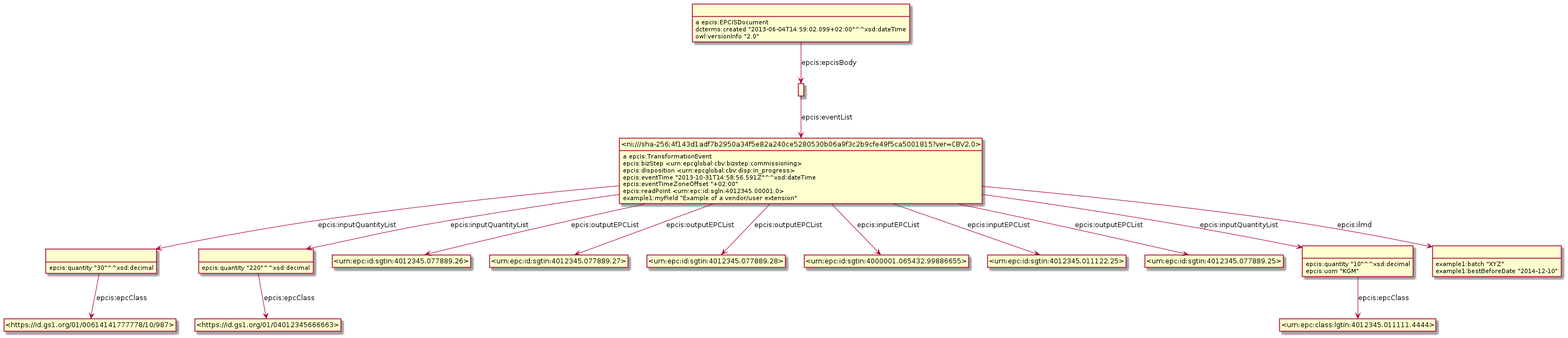
Above: Diagrams/WithDigitalLinkID/Example_9.6.4-TransformationEventWithDigitalLink.png in gs1/EPCIS (PlantUML), before the change. Source of this version:
```plantuml
@startuml
hide empty methods
hide empty attributes
hide circle
skinparam classAttributeIconSize 0
class _r1623307962r3_ as " "
class _https_id_gs1_org_01_00614141777778_10_987_ as "<https://id.gs1.org/01/00614141777778/10/987>"
_r1623307962r3_ -down-> _https_id_gs1_org_01_00614141777778_10_987_ : epcis:epcClass
_r1623307962r3_ : epcis:quantity "30"^^xsd:decimal
class _r1623307962r5_ as " "
class _https_id_gs1_org_01_04012345666663_ as "<https://id.gs1.org/01/04012345666663>"
_r1623307962r5_ -down-> _https_id_gs1_org_01_04012345666663_ : epcis:epcClass
_r1623307962r5_ : epcis:quantity "220"^^xsd:decimal
class _ni_sha_256_4f143d1adf7b2950a34f5e82a240ce5280530b06a9f3c2b9cfe49f5ca5001815_ver_CBV2_0_ as "<ni:///sha-256;4f143d1adf7b2950a34f5e82a240ce5280530b06a9f3c2b9cfe49f5ca5001815?ver=CBV2.0>"
_ni_sha_256_4f143d1adf7b2950a34f5e82a240ce5280530b06a9f3c2b9cfe49f5ca5001815_ver_CBV2_0_ : a epcis:TransformationEvent
class _urn_epc_id_sgtin_4012345_077889_26_ as "<urn:epc:id:sgtin:4012345.077889.26>"
_ni_sha_256_4f143d1adf7b2950a34f5e82a240ce5280530b06a9f3c2b9cfe49f5ca5001815_ver_CBV2_0_ -down-> _urn_epc_id_sgtin_4012345_077889_26_ : epcis:outputEPCList
class _urn_epc_id_sgtin_4012345_077889_27_ as "<urn:epc:id:sgtin:4012345.077889.27>"
_ni_sha_256_4f143d1adf7b2950a34f5e82a240ce5280530b06a9f3c2b9cfe49f5ca5001815_ver_CBV2_0_ -down-> _urn_epc_id_sgtin_4012345_077889_27_ : epcis:outputEPCList
class _urn_epc_id_sgtin_4012345_077889_28_ as "<urn:epc:id:sgtin:4012345.077889.28>"
_ni_sha_256_4f143d1adf7b2950a34f5e82a240ce5280530b06a9f3c2b9cfe49f5ca5001815_ver_CBV2_0_ -down-> _urn_epc_id_sgtin_4012345_077889_28_ : epcis:outputEPCList
class _urn_epc_id_sgtin_4000001_065432_99886655_ as "<urn:epc:id:sgtin:4000001.065432.99886655>"
_ni_sha_256_4f143d1adf7b2950a34f5e82a240ce5280530b06a9f3c2b9cfe49f5ca5001815_ver_CBV2_0_ -down-> _urn_epc_id_sgtin_4000001_065432_99886655_ : epcis:inputEPCList
class _urn_epc_id_sgtin_4012345_011122_25_ as "<urn:epc:id:sgtin:4012345.011122.25>"
_ni_sha_256_4f143d1adf7b2950a34f5e82a240ce5280530b06a9f3c2b9cfe49f5ca5001815_ver_CBV2_0_ -down-> _urn_epc_id_sgtin_4012345_011122_25_ : epcis:inputEPCList
class _urn_epc_id_sgtin_4012345_077889_25_ as "<urn:epc:id:sgtin:4012345.077889.25>"
_ni_sha_256_4f143d1adf7b2950a34f5e82a240ce5280530b06a9f3c2b9cfe49f5ca5001815_ver_CBV2_0_ -down-> _urn_epc_id_sgtin_4012345_077889_25_ : epcis:outputEPCList
_ni_sha_256_4f143d1adf7b2950a34f5e82a240ce5280530b06a9f3c2b9cfe49f5ca5001815_ver_CBV2_0_ -down-> _r1623307962r3_ : epcis:inputQuantityList
class _r1623307962r4_ as " "
_ni_sha_256_4f143d1adf7b2950a34f5e82a240ce5280530b06a9f3c2b9cfe49f5ca5001815_ver_CBV2_0_ -down-> _r1623307962r4_ : epcis:inputQuantityList
_ni_sha_256_4f143d1adf7b2950a34f5e82a240ce5280530b06a9f3c2b9cfe49f5ca5001815_ver_CBV2_0_ -down-> _r1623307962r5_ : epcis:inputQuantityList
class _r1623307962r2_ as " "
_ni_sha_256_4f143d1adf7b2950a34f5e82a240ce5280530b06a9f3c2b9cfe49f5ca5001815_ver_CBV2_0_ -down-> _r1623307962r2_ : epcis:ilmd
_ni_sha_256_4f143d1adf7b2950a34f5e82a240ce5280530b06a9f3c2b9cfe49f5ca5001815_ver_CBV2_0_ : epcis:bizStep <urn:epcglobal:cbv:bizstep:commissioning>
_ni_sha_256_4f143d1adf7b2950a34f5e82a240ce5280530b06a9f3c2b9cfe49f5ca5001815_ver_CBV2_0_ : epcis:disposition <urn:epcglobal:cbv:disp:in_progress>
_ni_sha_256_4f143d1adf7b2950a34f5e82a240ce5280530b06a9f3c2b9cfe49f5ca5001815_ver_CBV2_0_ : epcis:eventTime "2013-10-31T14:58:56.591Z"^^xsd:dateTime
_ni_sha_256_4f143d1adf7b2950a34f5e82a240ce5280530b06a9f3c2b9cfe49f5ca5001815_ver_CBV2_0_ : epcis:eventTimeZoneOffset "+02:00"
_ni_sha_256_4f143d1adf7b2950a34f5e82a240ce5280530b06a9f3c2b9cfe49f5ca5001815_ver_CBV2_0_ : epcis:readPoint <urn:epc:id:sgln:4012345.00001.0>
_ni_sha_256_4f143d1adf7b2950a34f5e82a240ce5280530b06a9f3c2b9cfe49f5ca5001815_ver_CBV2_0_ : example1:myField "Example of a vendor/user extension"
class _urn_epc_class_lgtin_4012345_011111_4444_ as "<urn:epc:class:lgtin:4012345.011111.4444>"
_r1623307962r4_ -down-> _urn_epc_class_lgtin_4012345_011111_4444_ : epcis:epcClass
_r1623307962r4_ : epcis:quantity "10"^^xsd:decimal
_r1623307962r4_ : epcis:uom "KGM"
class _r1623307962r1_ as " "
_r1623307962r1_ -down-> _ni_sha_256_4f143d1adf7b2950a34f5e82a240ce5280530b06a9f3c2b9cfe49f5ca5001815_ver_CBV2_0_ : epcis:eventList
_r1623307962r2_ : example1:batch "XYZ"
_r1623307962r2_ : example1:bestBeforeDate "2014-12-10"
class _r1623307962r0_ as " "
_r1623307962r0_ : a epcis:EPCISDocument
_r1623307962r0_ -down-> _r1623307962r1_ : epcis:epcisBody
_r1623307962r0_ : dcterms:created "2013-06-04T14:59:02.099+02:00"^^xsd:dateTime
_r1623307962r0_ : owl:versionInfo "2.0"
@enduml
```
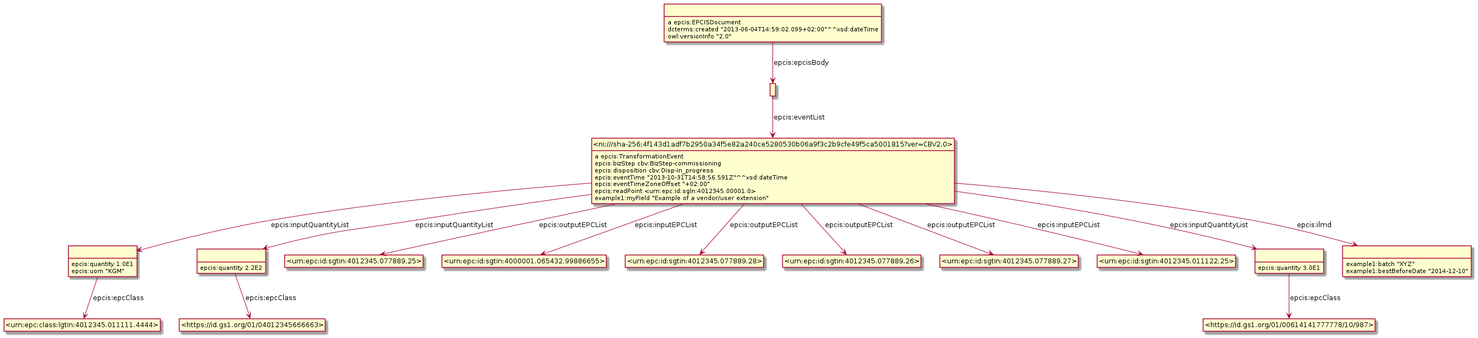
The same file after the commit.

Diff of the diagram source:
```diff
@@ -3,51 +3,51 @@
 hide empty attributes
 hide circle
 skinparam classAttributeIconSize 0
-class _r1623307962r3_ as " "
-class _https_id_gs1_org_01_00614141777778_10_987_ as "<https://id.gs1.org/01/00614141777778/10/987>"
-_r1623307962r3_ -down-> _https_id_gs1_org_01_00614141777778_10_987_ : epcis:epcClass
-_r1623307962r3_ : epcis:quantity "30"^^xsd:decimal
-class _r1623307962r5_ as " "
+class _r1623934094r3_ as " "
+class _urn_epc_class_lgtin_4012345_011111_4444_ as "<urn:epc:class:lgtin:4012345.011111.4444>"
+_r1623934094r3_ -down-> _urn_epc_class_lgtin_4012345_011111_4444_ : epcis:epcClass
+_r1623934094r3_ : epcis:quantity 1.0E1
+_r1623934094r3_ : epcis:uom "KGM"
+class _r1623934094r1_ as " "
 class _https_id_gs1_org_01_04012345666663_ as "<https://id.gs1.org/01/04012345666663>"
-_r1623307962r5_ -down-> _https_id_gs1_org_01_04012345666663_ : epcis:epcClass
-_r1623307962r5_ : epcis:quantity "220"^^xsd:decimal
+_r1623934094r1_ -down-> _https_id_gs1_org_01_04012345666663_ : epcis:epcClass
+_r1623934094r1_ : epcis:quantity 2.2E2
 class _ni_sha_256_4f143d1adf7b2950a34f5e82a240ce5280530b06a9f3c2b9cfe49f5ca5001815_ver_CBV2_0_ as "<ni:///sha-256;4f143d1adf7b2950a34f5e82a240ce5280530b06a9f3c2b9cfe49f5ca5001815?ver=CBV2.0>"
 _ni_sha_256_4f143d1adf7b2950a34f5e82a240ce5280530b06a9f3c2b9cfe49f5ca5001815_ver_CBV2_0_ : a epcis:TransformationEvent
+class _urn_epc_id_sgtin_4012345_077889_25_ as "<urn:epc:id:sgtin:4012345.077889.25>"
+_ni_sha_256_4f143d1adf7b2950a34f5e82a240ce5280530b06a9f3c2b9cfe49f5ca5001815_ver_CBV2_0_ -down-> _urn_epc_id_sgtin_4012345_077889_25_ : epcis:outputEPCList
+class _urn_epc_id_sgtin_4000001_065432_99886655_ as "<urn:epc:id:sgtin:4000001.065432.99886655>"
+_ni_sha_256_4f143d1adf7b2950a34f5e82a240ce5280530b06a9f3c2b9cfe49f5ca5001815_ver_CBV2_0_ -down-> _urn_epc_id_sgtin_4000001_065432_99886655_ : epcis:inputEPCList
+class _urn_epc_id_sgtin_4012345_077889_28_ as "<urn:epc:id:sgtin:4012345.077889.28>"
+_ni_sha_256_4f143d1adf7b2950a34f5e82a240ce5280530b06a9f3c2b9cfe49f5ca5001815_ver_CBV2_0_ -down-> _urn_epc_id_sgtin_4012345_077889_28_ : epcis:outputEPCList
 class _urn_epc_id_sgtin_4012345_077889_26_ as "<urn:epc:id:sgtin:4012345.077889.26>"
 _ni_sha_256_4f143d1adf7b2950a34f5e82a240ce5280530b06a9f3c2b9cfe49f5ca5001815_ver_CBV2_0_ -down-> _urn_epc_id_sgtin_4012345_077889_26_ : epcis:outputEPCList
 class _urn_epc_id_sgtin_4012345_077889_27_ as "<urn:epc:id:sgtin:4012345.077889.27>"
 _ni_sha_256_4f143d1adf7b2950a34f5e82a240ce5280530b06a9f3c2b9cfe49f5ca5001815_ver_CBV2_0_ -down-> _urn_epc_id_sgtin_4012345_077889_27_ : epcis:outputEPCList
-class _urn_epc_id_sgtin_4012345_077889_28_ as "<urn:epc:id:sgtin:4012345.077889.28>"
-_ni_sha_256_4f143d1adf7b2950a34f5e82a240ce5280530b06a9f3c2b9cfe49f5ca5001815_ver_CBV2_0_ -down-> _urn_epc_id_sgtin_4012345_077889_28_ : epcis:outputEPCList
-class _urn_epc_id_sgtin_4000001_065432_99886655_ as "<urn:epc:id:sgtin:4000001.065432.99886655>"
-_ni_sha_256_4f143d1adf7b2950a34f5e82a240ce5280530b06a9f3c2b9cfe49f5ca5001815_ver_CBV2_0_ -down-> _urn_epc_id_sgtin_4000001_065432_99886655_ : epcis:inputEPCList
 class _urn_epc_id_sgtin_4012345_011122_25_ as "<urn:epc:id:sgtin:4012345.011122.25>"
 _ni_sha_256_4f143d1adf7b2950a34f5e82a240ce5280530b06a9f3c2b9cfe49f5ca5001815_ver_CBV2_0_ -down-> _urn_epc_id_sgtin_4012345_011122_25_ : epcis:inputEPCList
-class _urn_epc_id_sgtin_4012345_077889_25_ as "<urn:epc:id:sgtin:4012345.077889.25>"
-_ni_sha_256_4f143d1adf7b2950a34f5e82a240ce5280530b06a9f3c2b9cfe49f5ca5001815_ver_CBV2_0_ -down-> _urn_epc_id_sgtin_4012345_077889_25_ : epcis:outputEPCList
-_ni_sha_256_4f143d1adf7b2950a34f5e82a240ce5280530b06a9f3c2b9cfe49f5ca5001815_ver_CBV2_0_ -down-> _r1623307962r3_ : epcis:inputQuantityList
-class _r1623307962r4_ as " "
-_ni_sha_256_4f143d1adf7b2950a34f5e82a240ce5280530b06a9f3c2b9cfe49f5ca5001815_ver_CBV2_0_ -down-> _r1623307962r4_ : epcis:inputQuantityList
-_ni_sha_256_4f143d1adf7b2950a34f5e82a240ce5280530b06a9f3c2b9cfe49f5ca5001815_ver_CBV2_0_ -down-> _r1623307962r5_ : epcis:inputQuantityList
-class _r1623307962r2_ as " "
-_ni_sha_256_4f143d1adf7b2950a34f5e82a240ce5280530b06a9f3c2b9cfe49f5ca5001815_ver_CBV2_0_ -down-> _r1623307962r2_ : epcis:ilmd
-_ni_sha_256_4f143d1adf7b2950a34f5e82a240ce5280530b06a9f3c2b9cfe49f5ca5001815_ver_CBV2_0_ : epcis:bizStep <urn:epcglobal:cbv:bizstep:commissioning>
-_ni_sha_256_4f143d1adf7b2950a34f5e82a240ce5280530b06a9f3c2b9cfe49f5ca5001815_ver_CBV2_0_ : epcis:disposition <urn:epcglobal:cbv:disp:in_progress>
+class _r1623934094r2_ as " "
+_ni_sha_256_4f143d1adf7b2950a34f5e82a240ce5280530b06a9f3c2b9cfe49f5ca5001815_ver_CBV2_0_ -down-> _r1623934094r2_ : epcis:inputQuantityList
+class _r1623934094r0_ as " "
+_ni_sha_256_4f143d1adf7b2950a34f5e82a240ce5280530b06a9f3c2b9cfe49f5ca5001815_ver_CBV2_0_ -down-> _r1623934094r0_ : epcis:ilmd
+_ni_sha_256_4f143d1adf7b2950a34f5e82a240ce5280530b06a9f3c2b9cfe49f5ca5001815_ver_CBV2_0_ -down-> _r1623934094r1_ : epcis:inputQuantityList
+_ni_sha_256_4f143d1adf7b2950a34f5e82a240ce5280530b06a9f3c2b9cfe49f5ca5001815_ver_CBV2_0_ -down-> _r1623934094r3_ : epcis:inputQuantityList
+_ni_sha_256_4f143d1adf7b2950a34f5e82a240ce5280530b06a9f3c2b9cfe49f5ca5001815_ver_CBV2_0_ : epcis:bizStep cbv:BizStep-commissioning
+_ni_sha_256_4f143d1adf7b2950a34f5e82a240ce5280530b06a9f3c2b9cfe49f5ca5001815_ver_CBV2_0_ : epcis:disposition cbv:Disp-in_progress
 _ni_sha_256_4f143d1adf7b2950a34f5e82a240ce5280530b06a9f3c2b9cfe49f5ca5001815_ver_CBV2_0_ : epcis:eventTime "2013-10-31T14:58:56.591Z"^^xsd:dateTime
 _ni_sha_256_4f143d1adf7b2950a34f5e82a240ce5280530b06a9f3c2b9cfe49f5ca5001815_ver_CBV2_0_ : epcis:eventTimeZoneOffset "+02:00"
 _ni_sha_256_4f143d1adf7b2950a34f5e82a240ce5280530b06a9f3c2b9cfe49f5ca5001815_ver_CBV2_0_ : epcis:readPoint <urn:epc:id:sgln:4012345.00001.0>
 _ni_sha_256_4f143d1adf7b2950a34f5e82a240ce5280530b06a9f3c2b9cfe49f5ca5001815_ver_CBV2_0_ : example1:myField "Example of a vendor/user extension"
-class _urn_epc_class_lgtin_4012345_011111_4444_ as "<urn:epc:class:lgtin:4012345.011111.4444>"
-_r1623307962r4_ -down-> _urn_epc_class_lgtin_4012345_011111_4444_ : epcis:epcClass
-_r1623307962r4_ : epcis:quantity "10"^^xsd:decimal
-_r1623307962r4_ : epcis:uom "KGM"
-class _r1623307962r1_ as " "
-_r1623307962r1_ -down-> _ni_sha_256_4f143d1adf7b2950a34f5e82a240ce5280530b06a9f3c2b9cfe49f5ca5001815_ver_CBV2_0_ : epcis:eventList
-_r1623307962r2_ : example1:batch "XYZ"
-_r1623307962r2_ : example1:bestBeforeDate "2014-12-10"
-class _r1623307962r0_ as " "
-_r1623307962r0_ : a epcis:EPCISDocument
-_r1623307962r0_ -down-> _r1623307962r1_ : epcis:epcisBody
-_r1623307962r0_ : dcterms:created "2013-06-04T14:59:02.099+02:00"^^xsd:dateTime
-_r1623307962r0_ : owl:versionInfo "2.0"
+class _r1623934094r4_ as " "
+_r1623934094r4_ : a epcis:EPCISDocument
+class _r1623934094r5_ as " "
+_r1623934094r4_ -down-> _r1623934094r5_ : epcis:epcisBody
+_r1623934094r4_ : dcterms:created "2013-06-04T14:59:02.099+02:00"^^xsd:dateTime
+_r1623934094r4_ : owl:versionInfo "2.0"
+class _https_id_gs1_org_01_00614141777778_10_987_ as "<https://id.gs1.org/01/00614141777778/10/987>"
+_r1623934094r2_ -down-> _https_id_gs1_org_01_00614141777778_10_987_ : epcis:epcClass
+_r1623934094r2_ : epcis:quantity 3.0E1
+_r1623934094r5_ -down-> _ni_sha_256_4f143d1adf7b2950a34f5e82a240ce5280530b06a9f3c2b9cfe49f5ca5001815_ver_CBV2_0_ : epcis:eventList
+_r1623934094r0_ : example1:batch "XYZ"
+_r1623934094r0_ : example1:bestBeforeDate "2014-12-10"
 @enduml
```
